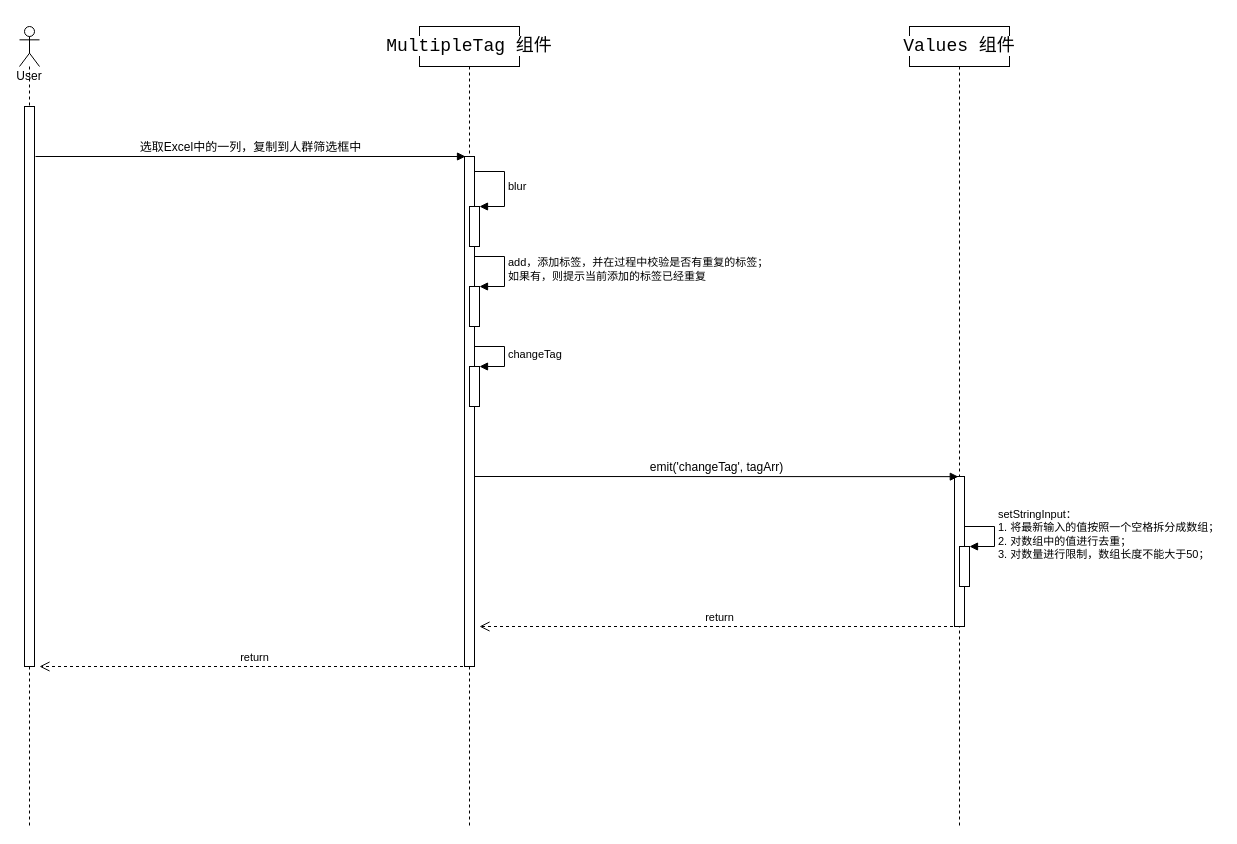
The draw.io diagram source/人群筛选条件框批量粘贴.drawio in Mr-xzq/drawio, before the edit. Source tidied: cells renumbered, new cells numbered last; positions are measured from the earlier drawing's top-left corner, leaving out a move shared by most shapes. Both pictures are drawn from the tidied source at 100%, with x=0, y=0 at pixel (19, 26).
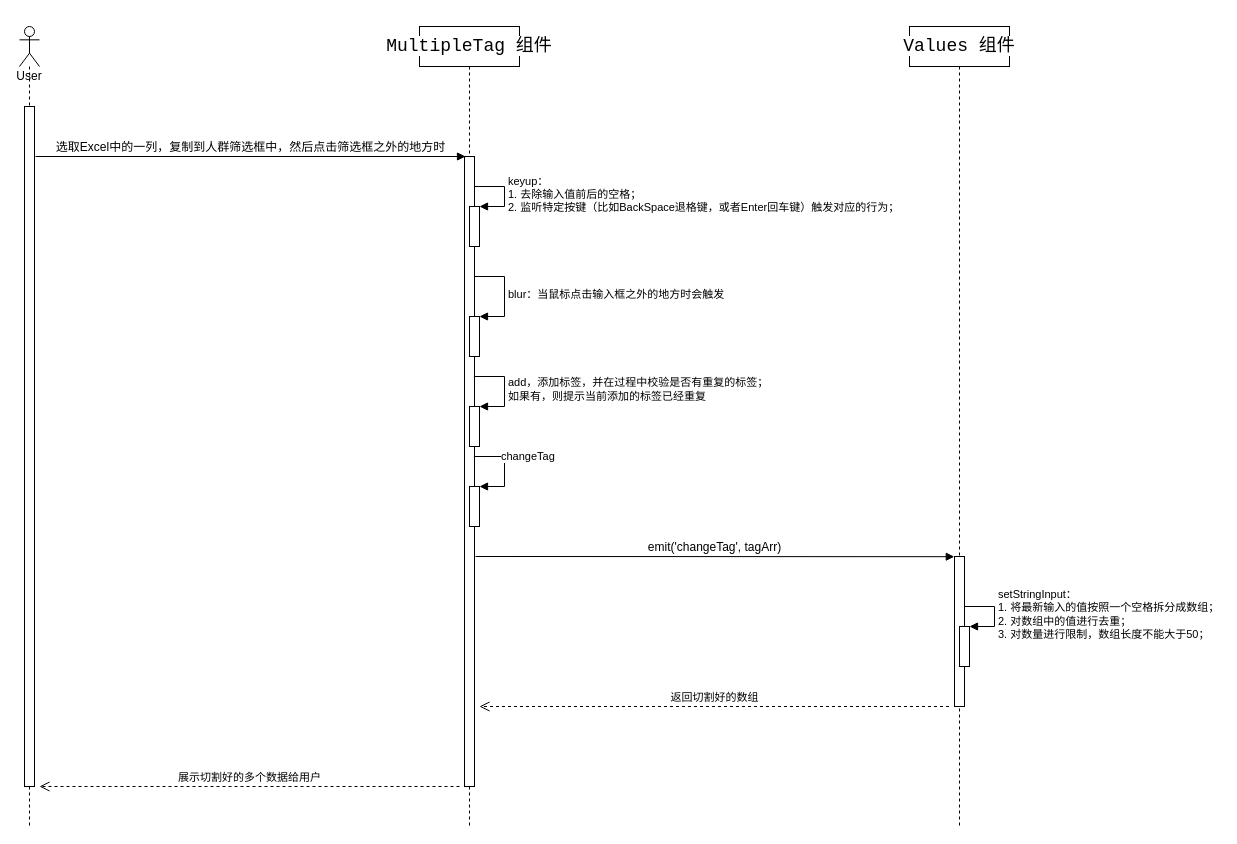
The same page after the edit.

Commit message:
更新人群筛选条件框批量粘贴.drawio

Unchanged cells that the change refers to:
```xml
<mxCell id="2" value="User" style="shape=umlLifeline;participant=umlActor;perimeter=lifelinePerimeter;whiteSpace=wrap;html=1;verticalAlign=top;spacingTop=36;" parent="1" vertex="1">
  <mxGeometry width="20" height="800" as="geometry" />
</mxCell>
<mxCell id="4" value="&lt;pre style=&quot;font-family: &amp;quot;JetBrains Mono&amp;quot;, monospace; font-size: 13.5pt;&quot;&gt;&lt;span style=&quot;background-color: rgb(255, 255, 255);&quot;&gt;MultipleTag 组件&lt;/span&gt;&lt;/pre&gt;" style="shape=umlLifeline;perimeter=lifelinePerimeter;whiteSpace=wrap;html=1;" parent="1" vertex="1">
  <mxGeometry x="400" width="100" height="800" as="geometry" />
</mxCell>
<mxCell id="12" value="&lt;pre style=&quot;font-family: &amp;quot;JetBrains Mono&amp;quot;, monospace; font-size: 13.5pt;&quot;&gt;&lt;span style=&quot;background-color: rgb(255, 255, 255);&quot;&gt;Values 组件&lt;/span&gt;&lt;/pre&gt;" style="shape=umlLifeline;perimeter=lifelinePerimeter;whiteSpace=wrap;html=1;outlineConnect=0;" parent="1" vertex="1">
  <mxGeometry x="890" width="100" height="800" as="geometry" />
</mxCell>
```

Diff of the diagram source:
```diff
@@
     <mxCell id="3" style="perimeter=orthogonalPerimeter;rounded=0;shadow=0;strokeWidth=1;" parent="2" vertex="1">
-      <mxGeometry x="5" y="80" width="10" height="560" as="geometry" />
+      <mxGeometry x="5" y="80" width="10" height="680" as="geometry" />
     </mxCell>
@@
     <mxCell id="5" style="html=1;perimeter=orthogonalPerimeter;labelBackgroundColor=#FFFFFF;fontColor=#000000;" parent="4" vertex="1">
-      <mxGeometry x="45" y="130" width="10" height="510" as="geometry" />
+      <mxGeometry x="45" y="130" width="10" height="630" as="geometry" />
     </mxCell>
-    <mxCell id="6" style="html=1;points=[];perimeter=orthogonalPerimeter;labelBackgroundColor=#FFFFFF;fontColor=#000000;" parent="4" vertex="1">
-      <mxGeometry x="50" y="180" width="10" height="40" as="geometry" />
-    </mxCell>
-    <mxCell id="7" value="blur" style="edgeStyle=orthogonalEdgeStyle;html=1;align=left;spacingLeft=2;endArrow=block;rounded=0;entryX=1;entryY=0;fontColor=#000000;" parent="4" edge="1" target="6">
-      <mxGeometry relative="1" as="geometry">
-        <mxPoint x="55" y="145" as="sourcePoint" />
-        <Array as="points">
-          <mxPoint x="85" y="145" />
-        </Array>
-      </mxGeometry>
-    </mxCell>
+    <mxCell id="10" style="html=1;points=[];perimeter=orthogonalPerimeter;labelBackgroundColor=#FFFFFF;fontColor=#000000;" parent="4" vertex="1">
+      <mxGeometry x="50" y="460" width="10" height="40" as="geometry" />
+    </mxCell>
+    <mxCell id="11" value="changeTag" style="edgeStyle=orthogonalEdgeStyle;html=1;align=left;spacingLeft=2;endArrow=block;rounded=0;entryX=1;entryY=0;fontColor=#000000;" parent="4" edge="1" target="10">
+      <mxGeometry relative="1" as="geometry">
+        <mxPoint x="55" y="390" as="sourcePoint" />
+        <Array as="points">
+          <mxPoint x="55" y="430" />
+          <mxPoint x="85" y="430" />
+          <mxPoint x="85" y="460" />
+        </Array>
+      </mxGeometry>
+    </mxCell>
     <mxCell id="8" style="html=1;points=[];perimeter=orthogonalPerimeter;labelBackgroundColor=#FFFFFF;fontColor=#000000;" parent="4" vertex="1">
-      <mxGeometry x="50" y="260" width="10" height="40" as="geometry" />
+      <mxGeometry x="50" y="380" width="10" height="40" as="geometry" />
     </mxCell>
     <mxCell id="9" value="add，添加标签，并在过程中校验是否有重复的标签；&lt;br&gt;如果有，则提示当前添加的标签已经重复" style="edgeStyle=orthogonalEdgeStyle;html=1;align=left;spacingLeft=2;endArrow=block;rounded=0;entryX=1;entryY=0;fontColor=#000000;" parent="4" edge="1" target="8">
       <mxGeometry relative="1" as="geometry">
-        <mxPoint x="55" y="230" as="sourcePoint" />
+        <mxPoint x="55" y="350" as="sourcePoint" />
         <Array as="points">
-          <mxPoint x="85" y="230" />
+          <mxPoint x="85" y="350" />
         </Array>
       </mxGeometry>
     </mxCell>
-    <mxCell id="10" style="html=1;points=[];perimeter=orthogonalPerimeter;labelBackgroundColor=#FFFFFF;fontColor=#000000;" parent="4" vertex="1">
-      <mxGeometry x="50" y="340" width="10" height="40" as="geometry" />
-    </mxCell>
-    <mxCell id="11" value="changeTag" style="edgeStyle=orthogonalEdgeStyle;html=1;align=left;spacingLeft=2;endArrow=block;rounded=0;entryX=1;entryY=0;fontColor=#000000;" parent="4" edge="1" target="10">
-      <mxGeometry relative="1" as="geometry">
-        <mxPoint x="55" y="320" as="sourcePoint" />
-        <Array as="points">
-          <mxPoint x="85" y="320" />
-        </Array>
-      </mxGeometry>
-    </mxCell>
+    <mxCell id="20" style="html=1;points=[];perimeter=orthogonalPerimeter;labelBackgroundColor=#FFFFFF;fontColor=#000000;" parent="4" vertex="1">
+      <mxGeometry x="50" y="180" width="10" height="40" as="geometry" />
+    </mxCell>
+    <mxCell id="21" value="keyup：&lt;br&gt;1. 去除输入值前后的空格；&lt;br&gt;2. 监听特定按键（比如BackSpace退格键，或者Enter回车键）触发对应的行为；" style="edgeStyle=orthogonalEdgeStyle;html=1;align=left;spacingLeft=2;endArrow=block;rounded=0;entryX=1;entryY=0;labelBackgroundColor=#FFFFFF;fontColor=#000000;" parent="4" edge="1" target="20">
+      <mxGeometry relative="1" as="geometry">
+        <mxPoint x="55" y="160" as="sourcePoint" />
+        <Array as="points">
+          <mxPoint x="85" y="160" />
+        </Array>
+      </mxGeometry>
+    </mxCell>
+    <mxCell id="7" value="blur：当鼠标点击输入框之外的地方时会触发" style="edgeStyle=orthogonalEdgeStyle;html=1;align=left;spacingLeft=2;endArrow=block;rounded=0;entryX=1;entryY=0;fontColor=#000000;" parent="4" edge="1" target="6">
+      <mxGeometry relative="1" as="geometry">
+        <mxPoint x="55" y="250" as="sourcePoint" />
+        <Array as="points">
+          <mxPoint x="85" y="250" />
+        </Array>
+      </mxGeometry>
+    </mxCell>
+    <mxCell id="6" style="html=1;points=[];perimeter=orthogonalPerimeter;labelBackgroundColor=#FFFFFF;fontColor=#000000;" parent="4" vertex="1">
+      <mxGeometry x="50" y="290" width="10" height="40" as="geometry" />
+    </mxCell>
@@
     <mxCell id="13" style="html=1;points=[];perimeter=orthogonalPerimeter;labelBackgroundColor=#FFFFFF;fontColor=#000000;" parent="12" vertex="1">
-      <mxGeometry x="45" y="450" width="10" height="150" as="geometry" />
+      <mxGeometry x="45" y="530" width="10" height="150" as="geometry" />
     </mxCell>
     <mxCell id="14" style="html=1;points=[];perimeter=orthogonalPerimeter;labelBackgroundColor=#FFFFFF;fontColor=#000000;" parent="12" vertex="1">
-      <mxGeometry x="50" y="520" width="10" height="40" as="geometry" />
+      <mxGeometry x="50" y="600" width="10" height="40" as="geometry" />
     </mxCell>
     <mxCell id="15" value="setStringInput：&lt;br&gt;1. 将最新输入的值按照一个空格拆分成数组；&lt;br&gt;2. 对数组中的值进行去重；&lt;br&gt;3. 对数量进行限制，数组长度不能大于50；" style="edgeStyle=orthogonalEdgeStyle;html=1;align=left;spacingLeft=2;endArrow=block;rounded=0;entryX=1;entryY=0;labelBackgroundColor=#FFFFFF;fontColor=#000000;" parent="12" edge="1" target="14">
       <mxGeometry relative="1" as="geometry">
-        <mxPoint x="55" y="500" as="sourcePoint" />
+        <mxPoint x="55" y="580" as="sourcePoint" />
         <Array as="points">
-          <mxPoint x="85" y="500" />
+          <mxPoint x="85" y="580" />
         </Array>
       </mxGeometry>
     </mxCell>
-    <mxCell id="16" value="&lt;span style=&quot;font-size: 12px;&quot;&gt;emit('changeTag', tagArr)&lt;/span&gt;" style="html=1;verticalAlign=bottom;endArrow=block;rounded=0;labelBackgroundColor=#FFFFFF;fontColor=#000000;entryX=0.38;entryY=0.001;entryDx=0;entryDy=0;entryPerimeter=0;" parent="12" edge="1" target="13">
-      <mxGeometry relative="1" as="geometry">
-        <mxPoint x="-435" y="450" as="sourcePoint" />
-      </mxGeometry>
-    </mxCell>
-    <mxCell id="17" value="return" style="html=1;verticalAlign=bottom;endArrow=open;dashed=1;endSize=8;rounded=0;labelBackgroundColor=#FFFFFF;fontColor=#000000;" parent="1" edge="1" source="12">
-      <mxGeometry relative="1" as="geometry">
-        <mxPoint x="460" y="600" as="targetPoint" />
-        <Array as="points">
-          <mxPoint x="690" y="600" />
-        </Array>
-      </mxGeometry>
-    </mxCell>
-    <mxCell id="18" value="return" style="html=1;verticalAlign=bottom;endArrow=open;dashed=1;endSize=8;rounded=0;labelBackgroundColor=#FFFFFF;fontColor=#000000;" parent="1" edge="1">
+    <mxCell id="18" value="展示切割好的多个数据给用户" style="html=1;verticalAlign=bottom;endArrow=open;dashed=1;endSize=8;rounded=0;labelBackgroundColor=#FFFFFF;fontColor=#000000;" parent="1" edge="1">
       <mxGeometry relative="1" as="geometry">
-        <mxPoint x="449.5" y="640" as="sourcePoint" />
-        <mxPoint x="20" y="640" as="targetPoint" />
+        <mxPoint x="440" y="760" as="sourcePoint" />
+        <mxPoint x="20" y="760" as="targetPoint" />
         <Array as="points">
-          <mxPoint x="200" y="640" />
+          <mxPoint x="200" y="760" />
         </Array>
       </mxGeometry>
     </mxCell>
-    <mxCell id="19" value="&lt;span style=&quot;font-size: 12px;&quot;&gt;选取Excel中的一列，复制到人群筛选框中&lt;/span&gt;" style="html=1;verticalAlign=bottom;endArrow=block;rounded=0;labelBackgroundColor=#FFFFFF;fontColor=#000000;" parent="1" edge="1">
+    <mxCell id="19" value="&lt;span style=&quot;font-size: 12px;&quot;&gt;选取Excel中的一列，复制到人群筛选框中，然后点击筛选框之外的地方时&lt;/span&gt;" style="html=1;verticalAlign=bottom;endArrow=block;rounded=0;labelBackgroundColor=#FFFFFF;fontColor=#000000;" parent="1" edge="1">
       <mxGeometry relative="1" as="geometry">
         <mxPoint x="16" y="130" as="sourcePoint" />
         <mxPoint x="446" y="130" as="targetPoint" />
       </mxGeometry>
     </mxCell>
+    <mxCell id="16" value="&lt;span style=&quot;font-size: 12px;&quot;&gt;emit('changeTag', tagArr)&lt;/span&gt;" style="html=1;verticalAlign=bottom;endArrow=block;rounded=0;labelBackgroundColor=#FFFFFF;fontColor=#000000;entryX=0.38;entryY=0.001;entryDx=0;entryDy=0;entryPerimeter=0;" parent="1" edge="1">
+      <mxGeometry relative="1" as="geometry">
+        <mxPoint x="456" y="530" as="sourcePoint" />
+        <mxPoint x="934.8" y="530.2" as="targetPoint" />
+      </mxGeometry>
+    </mxCell>
+    <mxCell id="22" value="返回切割好的数组" style="html=1;verticalAlign=bottom;endArrow=open;dashed=1;endSize=8;rounded=0;labelBackgroundColor=#FFFFFF;fontColor=#000000;" parent="1" edge="1">
+      <mxGeometry relative="1" as="geometry">
+        <mxPoint x="929.5" y="680" as="sourcePoint" />
+        <mxPoint x="460" y="680" as="targetPoint" />
+        <Array as="points">
+          <mxPoint x="680" y="680" />
+        </Array>
+      </mxGeometry>
+    </mxCell>
```
